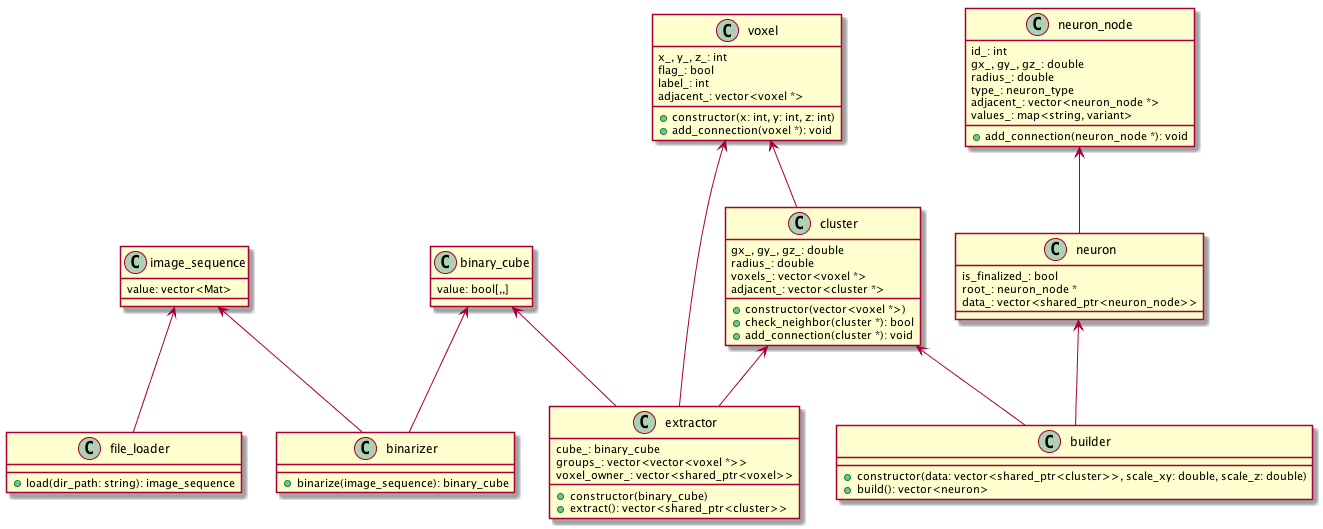
arosh/Vaa3D-SIGEN keeps this PlantUML diagram as doc/class.png. Above is the earlier version. Source of this version:
```plantuml
@startuml class.png
class image_sequence {
  value: vector<Mat>
}
class file_loader {
  +load(dir_path: string): image_sequence
}
class binary_cube {
  value: bool[,,]
}
class binarizer {
  +binarize(image_sequence): binary_cube
}
class extractor {
  cube_: binary_cube
  groups_: vector<vector<voxel *>>
  voxel_owner_: vector<shared_ptr<voxel>>
  +constructor(binary_cube)
  +extract(): vector<shared_ptr<cluster>>
}
class voxel {
  x_, y_, z_: int
  flag_: bool
  label_: int
  adjacent_: vector<voxel *>
  +constructor(x: int, y: int, z: int)
  +add_connection(voxel *): void
}
class cluster {
  gx_, gy_, gz_: double
  radius_: double
  voxels_: vector<voxel *>
  adjacent_: vector<cluster *>
  +constructor(vector<voxel *>)
  +check_neighbor(cluster *): bool
  +add_connection(cluster *): void
}
class builder {
  +constructor(data: vector<shared_ptr<cluster>>, scale_xy: double, scale_z: double)
  +build(): vector<neuron>
}
class neuron_node {
  id_: int
  gx_, gy_, gz_: double
  radius_: double
  type_: neuron_type
  adjacent_: vector<neuron_node *>
  values_: map<string, variant>
  + add_connection(neuron_node *): void
}
class neuron {
  is_finalized_: bool
  root_: neuron_node *
  data_: vector<shared_ptr<neuron_node>>
}
image_sequence <-- file_loader
image_sequence <-- binarizer
binary_cube <-- binarizer
binary_cube <-- extractor
voxel <-- extractor
cluster <-- extractor
voxel <-- cluster
neuron_node <-- neuron
neuron <-- builder
cluster <-- builder
@enduml
```
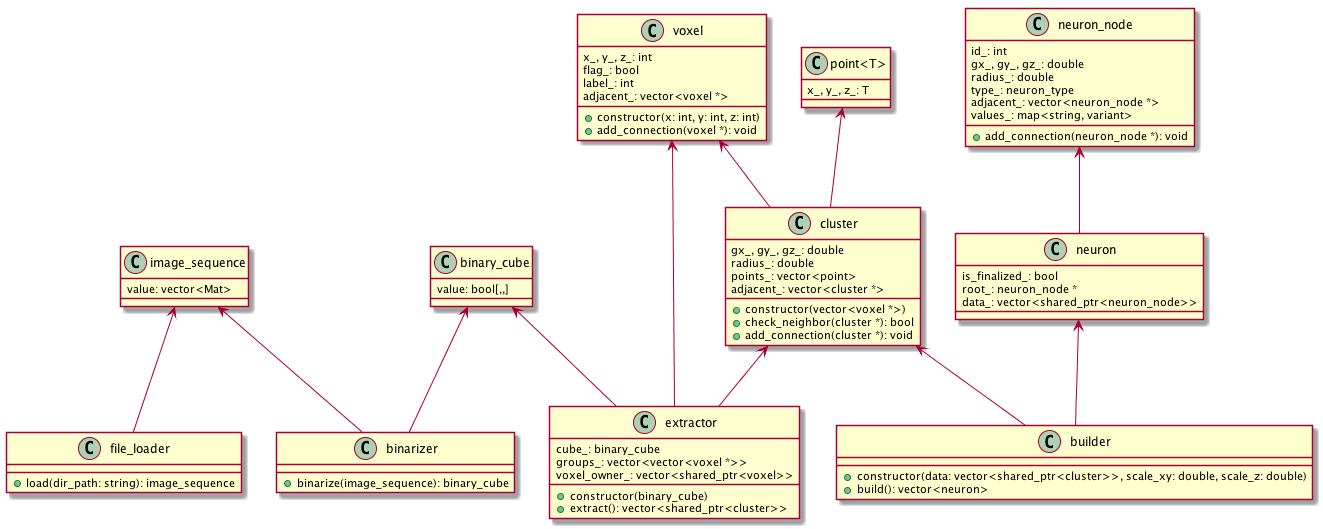
After the change.

Commit message:
add src/common/point.h

The edit, as a diff of the source:
```diff
@@ -29,7 +29,7 @@
 class cluster {
   gx_, gy_, gz_: double
   radius_: double
-  voxels_: vector<voxel *>
+  points_: vector<point>
   adjacent_: vector<cluster *>
   +constructor(vector<voxel *>)
   +check_neighbor(cluster *): bool
@@ -53,6 +53,9 @@
   root_: neuron_node *
   data_: vector<shared_ptr<neuron_node>>
 }
+class "point<T>" {
+  x_, y_, z_: T
+}
 image_sequence <-- file_loader
 image_sequence <-- binarizer
 binary_cube <-- binarizer
@@ -63,4 +66,5 @@
 neuron_node <-- neuron
 neuron <-- builder
 cluster <-- builder
+"point<T>" <-- cluster
 @enduml
```
